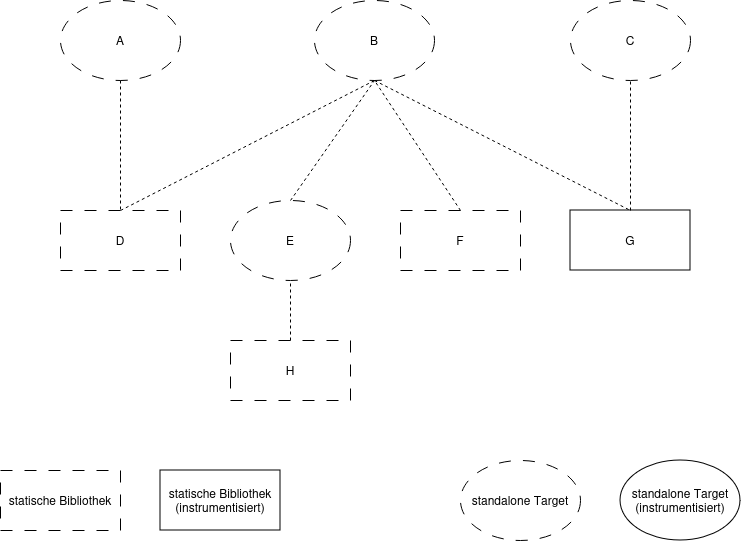
Before: paper/graphics/analysis_before.drawio.png, a diagram exported from draw.io (Deric-W/FindScoreP). Source tidied: cells renumbered, new cells last; positions are measured from the earlier drawing's top-left corner, leaving out a move shared by most shapes.
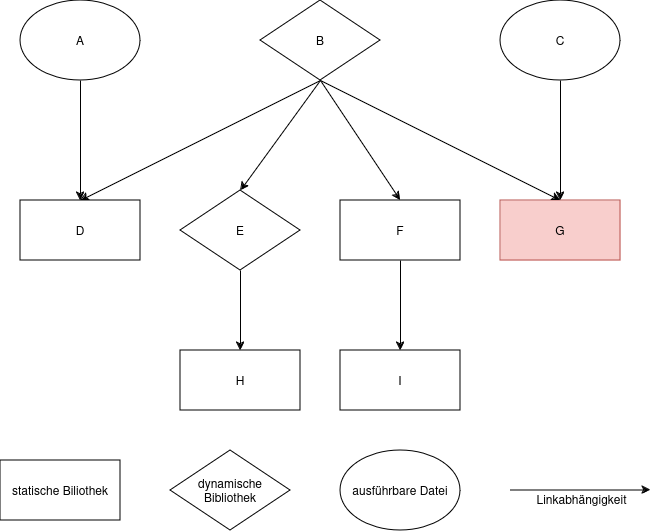
The same file after the commit.

What changed in the source:
```diff
@@ -2,62 +2,76 @@
   <root>
     <mxCell id="0" />
     <mxCell id="1" parent="0" />
-    <mxCell id="2" value="&lt;div&gt;standalone Target&lt;/div&gt;" style="ellipse;whiteSpace=wrap;html=1;dashed=1;dashPattern=12 12;" parent="1" vertex="1">
-      <mxGeometry x="460" y="460" width="120" height="80" as="geometry" />
-    </mxCell>
-    <mxCell id="3" value="&lt;div&gt;statische Bibliothek&lt;/div&gt;" style="rounded=0;whiteSpace=wrap;html=1;dashed=1;dashPattern=12 12;" parent="1" vertex="1">
-      <mxGeometry y="470" width="120" height="60" as="geometry" />
-    </mxCell>
-    <mxCell id="4" value="&lt;div&gt;statische Bibliothek&lt;/div&gt;(instrumentisiert)" style="rounded=0;whiteSpace=wrap;html=1;" parent="1" vertex="1">
-      <mxGeometry x="160" y="470" width="120" height="60" as="geometry" />
-    </mxCell>
-    <mxCell id="5" value="&lt;div&gt;standalone Target&lt;/div&gt;&lt;div&gt;(instrumentisiert)&lt;br&gt;&lt;/div&gt;" style="ellipse;whiteSpace=wrap;html=1;" parent="1" vertex="1">
-      <mxGeometry x="620" y="460" width="120" height="80" as="geometry" />
-    </mxCell>
+    <mxCell id="21" value="statische Biliothek" style="rounded=0;whiteSpace=wrap;html=1;" parent="1" vertex="1">
+      <mxGeometry x="40" y="450" width="120" height="60" as="geometry" />
+    </mxCell>
+    <mxCell id="22" value="ausführbare Datei" style="ellipse;whiteSpace=wrap;html=1;" parent="1" vertex="1">
+      <mxGeometry x="380" y="440" width="120" height="80" as="geometry" />
+    </mxCell>
+    <mxCell id="23" value="dynamische Bibliothek" style="rhombus;whiteSpace=wrap;html=1;" parent="1" vertex="1">
+      <mxGeometry x="210" y="440" width="120" height="80" as="geometry" />
+    </mxCell>
+    <mxCell id="24" style="endArrow=classic;html=1;rounded=0;align=center;verticalAlign=top;" parent="1" edge="1">
+      <mxGeometry relative="1" as="geometry">
+        <mxPoint x="550" y="479.5" as="sourcePoint" />
+        <mxPoint x="690" y="479.5" as="targetPoint" />
+      </mxGeometry>
+    </mxCell>
+    <mxCell id="25" value="&lt;div style=&quot;line-height: 120%; font-size: 13px;&quot; align=&quot;center&quot;&gt;&lt;font style=&quot;font-size: 12px;&quot;&gt;Linkabhängigkeit&lt;/font&gt;&lt;/div&gt;" style="edgeLabel;html=1;align=center;verticalAlign=middle;fontSize=14;labelBackgroundColor=none;" parent="24" vertex="1">
+      <mxGeometry relative="1" as="geometry">
+        <mxPoint y="9" as="offset" />
+      </mxGeometry>
+    </mxCell>
-    <mxCell id="6" value="B" style="ellipse;whiteSpace=wrap;html=1;dashed=1;dashPattern=12 12;" parent="1" vertex="1">
-      <mxGeometry x="314" width="120" height="80" as="geometry" />
+    <mxCell id="6" value="B" style="rhombus;whiteSpace=wrap;html=1;" parent="1" vertex="1">
+      <mxGeometry x="300" y="-10" width="120" height="80" as="geometry" />
     </mxCell>
+    <mxCell id="12" value="A" style="ellipse;whiteSpace=wrap;html=1;" parent="1" vertex="1">
+      <mxGeometry x="60" y="-10" width="120" height="80" as="geometry" />
+    </mxCell>
+    <mxCell id="13" value="C" style="ellipse;whiteSpace=wrap;html=1;" parent="1" vertex="1">
+      <mxGeometry x="540" y="-10" width="120" height="80" as="geometry" />
+    </mxCell>
-    <mxCell id="7" value="E" style="ellipse;whiteSpace=wrap;html=1;dashed=1;dashPattern=12 12;" parent="1" vertex="1">
-      <mxGeometry x="230" y="200" width="120" height="80" as="geometry" />
+    <mxCell id="7" value="E" style="rhombus;whiteSpace=wrap;html=1;" parent="1" vertex="1">
+      <mxGeometry x="220" y="180" width="120" height="80" as="geometry" />
     </mxCell>
-    <mxCell id="8" value="F" style="rounded=0;whiteSpace=wrap;html=1;dashed=1;dashPattern=12 12;" parent="1" vertex="1">
-      <mxGeometry x="400" y="210" width="120" height="60" as="geometry" />
+    <mxCell id="8" value="F" style="rounded=0;whiteSpace=wrap;html=1;" parent="1" vertex="1">
+      <mxGeometry x="380" y="190" width="120" height="60" as="geometry" />
     </mxCell>
+    <mxCell id="11" value="H" style="rounded=0;whiteSpace=wrap;html=1;" parent="1" vertex="1">
+      <mxGeometry x="220" y="340" width="120" height="60" as="geometry" />
+    </mxCell>
-    <mxCell id="9" value="D" style="rounded=0;whiteSpace=wrap;html=1;dashed=1;dashPattern=12 12;" parent="1" vertex="1">
-      <mxGeometry x="60" y="210" width="120" height="60" as="geometry" />
+    <mxCell id="9" value="D" style="rounded=0;whiteSpace=wrap;html=1;" parent="1" vertex="1">
+      <mxGeometry x="60" y="190" width="120" height="60" as="geometry" />
     </mxCell>
-    <mxCell id="10" value="G" style="rounded=0;whiteSpace=wrap;html=1;" parent="1" vertex="1">
-      <mxGeometry x="570" y="210" width="120" height="60" as="geometry" />
+    <mxCell id="10" value="G" style="rounded=0;whiteSpace=wrap;html=1;fillColor=#f8cecc;strokeColor=#b85450;" parent="1" vertex="1">
+      <mxGeometry x="540" y="190" width="120" height="60" as="geometry" />
     </mxCell>
-    <mxCell id="11" value="H" style="rounded=0;whiteSpace=wrap;html=1;dashed=1;dashPattern=12 12;" parent="1" vertex="1">
-      <mxGeometry x="230" y="340" width="120" height="60" as="geometry" />
-    </mxCell>
-    <mxCell id="12" value="A" style="ellipse;whiteSpace=wrap;html=1;dashed=1;dashPattern=12 12;" parent="1" vertex="1">
-      <mxGeometry x="60" width="120" height="80" as="geometry" />
-    </mxCell>
-    <mxCell id="13" value="C" style="ellipse;whiteSpace=wrap;html=1;dashed=1;dashPattern=12 12;" parent="1" vertex="1">
-      <mxGeometry x="570" width="120" height="80" as="geometry" />
-    </mxCell>
-    <mxCell id="14" style="endArrow=none;dashed=1;html=1;rounded=0;entryX=0.5;entryY=1;entryDx=0;entryDy=0;exitX=0.5;exitY=0;exitDx=0;exitDy=0;" parent="1" edge="1" source="7" target="6">
-      <mxGeometry relative="1" as="geometry" />
-    </mxCell>
-    <mxCell id="15" style="endArrow=none;dashed=1;html=1;rounded=0;entryX=0.5;entryY=1;entryDx=0;entryDy=0;exitX=0.5;exitY=0;exitDx=0;exitDy=0;" parent="1" edge="1" source="8" target="6">
-      <mxGeometry relative="1" as="geometry" />
-    </mxCell>
+    <mxCell id="26" style="endArrow=classic;html=1;rounded=0;exitX=0.5;exitY=1;exitDx=0;exitDy=0;entryX=0.5;entryY=0;entryDx=0;entryDy=0;" parent="1" edge="1" source="6" target="7">
+      <mxGeometry relative="1" as="geometry" />
+    </mxCell>
+    <mxCell id="27" style="endArrow=classic;html=1;rounded=0;exitX=0.5;exitY=1;exitDx=0;exitDy=0;entryX=0.5;entryY=0;entryDx=0;entryDy=0;" parent="1" edge="1" source="6" target="9">
+      <mxGeometry relative="1" as="geometry" />
+    </mxCell>
+    <mxCell id="28" style="endArrow=classic;html=1;rounded=0;exitX=0.5;exitY=1;exitDx=0;exitDy=0;entryX=0.5;entryY=0;entryDx=0;entryDy=0;" parent="1" edge="1" source="6" target="8">
+      <mxGeometry relative="1" as="geometry" />
+    </mxCell>
-    <mxCell id="16" style="endArrow=none;dashed=1;html=1;rounded=0;exitX=0.5;exitY=1;exitDx=0;exitDy=0;entryX=0.5;entryY=0;entryDx=0;entryDy=0;" parent="1" edge="1" source="6" target="10">
+    <mxCell id="16" style="endArrow=classic;html=1;rounded=0;exitX=0.5;exitY=1;exitDx=0;exitDy=0;entryX=0.5;entryY=0;entryDx=0;entryDy=0;" parent="1" edge="1" source="6" target="10">
       <mxGeometry relative="1" as="geometry" />
     </mxCell>
-    <mxCell id="17" style="endArrow=none;dashed=1;html=1;rounded=0;entryX=0.5;entryY=1;entryDx=0;entryDy=0;exitX=0.5;exitY=0;exitDx=0;exitDy=0;" parent="1" edge="1" source="9" target="6">
-      <mxGeometry relative="1" as="geometry" />
-    </mxCell>
-    <mxCell id="18" style="endArrow=none;dashed=1;html=1;rounded=0;exitX=0.5;exitY=1;exitDx=0;exitDy=0;entryX=0.5;entryY=0;entryDx=0;entryDy=0;" parent="1" edge="1" source="12" target="9">
+    <mxCell id="18" style="endArrow=classic;html=1;rounded=0;exitX=0.5;exitY=1;exitDx=0;exitDy=0;entryX=0.5;entryY=0;entryDx=0;entryDy=0;" parent="1" edge="1" source="12" target="9">
       <mxGeometry relative="1" as="geometry" />
     </mxCell>
-    <mxCell id="19" style="endArrow=none;dashed=1;html=1;rounded=0;entryX=0.5;entryY=1;entryDx=0;entryDy=0;exitX=0.5;exitY=0;exitDx=0;exitDy=0;" parent="1" edge="1" source="10" target="13">
-      <mxGeometry relative="1" as="geometry" />
-    </mxCell>
-    <mxCell id="20" style="endArrow=none;dashed=1;html=1;rounded=0;entryX=0.5;entryY=1;entryDx=0;entryDy=0;exitX=0.5;exitY=0;exitDx=0;exitDy=0;" parent="1" edge="1" source="11" target="7">
-      <mxGeometry relative="1" as="geometry" />
-    </mxCell>
+    <mxCell id="29" style="endArrow=classic;html=1;rounded=0;exitX=0.5;exitY=1;exitDx=0;exitDy=0;entryX=0.5;entryY=0;entryDx=0;entryDy=0;" parent="1" edge="1" source="13" target="10">
+      <mxGeometry relative="1" as="geometry" />
+    </mxCell>
+    <mxCell id="30" style="endArrow=classic;html=1;rounded=0;exitX=0.5;exitY=1;exitDx=0;exitDy=0;entryX=0.5;entryY=0;entryDx=0;entryDy=0;" parent="1" edge="1" source="7" target="11">
+      <mxGeometry relative="1" as="geometry" />
+    </mxCell>
+    <mxCell id="31" value="I" style="rounded=0;whiteSpace=wrap;html=1;" parent="1" vertex="1">
+      <mxGeometry x="380" y="340" width="120" height="60" as="geometry" />
+    </mxCell>
+    <mxCell id="32" style="endArrow=classic;html=1;rounded=0;entryX=0.5;entryY=0;entryDx=0;entryDy=0;exitX=0.5;exitY=1;exitDx=0;exitDy=0;" parent="1" edge="1" source="8" target="31">
+      <mxGeometry relative="1" as="geometry" />
+    </mxCell>
   </root>
 </mxGraphModel>
```
